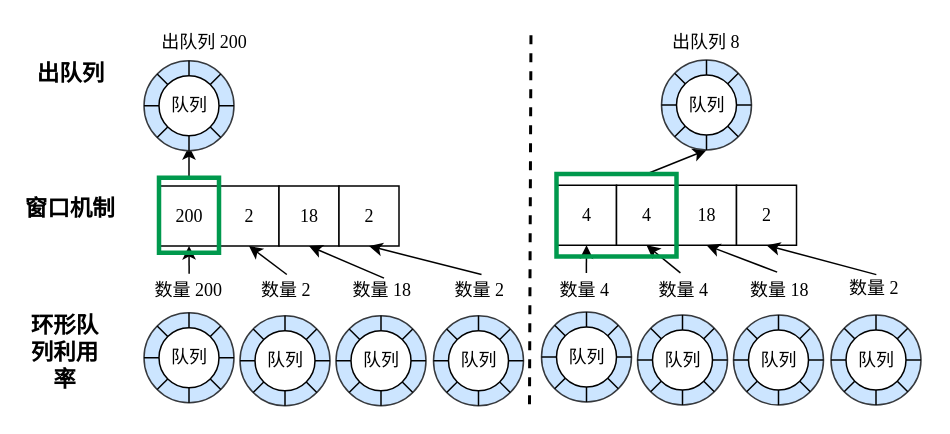
This is page "第 9 页" (9 of 9) of Bakery 的副本.drawio from CHRIS123540/CHRIS123540, a draw.io file, before an edit. Source tidied: cells renumbered, new cells numbered last; positions are measured from the earlier drawing's top-left corner, leaving out a move shared by most shapes. Both pictures are drawn from the tidied source at 150%, with x=0, y=0 at pixel (27, 27).
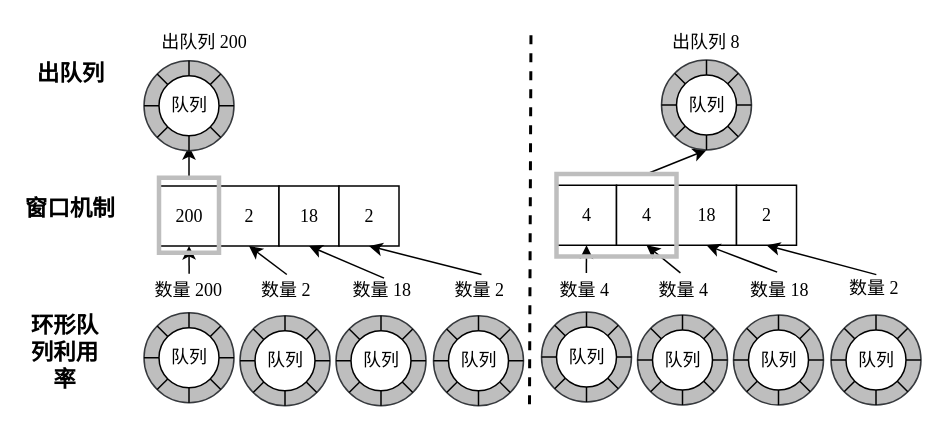
After the change.

Change to the diagram source:
```diff
@@
-    <mxCell id="19" style="ellipse;whiteSpace=wrap;html=1;fillColor=#cce5ff;strokeColor=#36393d;labelBackgroundColor=none;fontFamily=Times New Roman;fontSize=12;fontStyle=0;" parent="1" vertex="1">
+    <mxCell id="19" style="ellipse;whiteSpace=wrap;html=1;fillColor=#BEBEBE;strokeColor=#36393d;labelBackgroundColor=none;fontFamily=Times New Roman;fontSize=12;fontStyle=0;" parent="1" vertex="1">
       <mxGeometry x="77.5" y="22" width="60" height="60" as="geometry" />
     </mxCell>
@@
-    <mxCell id="25" style="ellipse;whiteSpace=wrap;html=1;fillColor=#cce5ff;strokeColor=#36393d;labelBackgroundColor=none;fontFamily=Times New Roman;fontSize=12;fontStyle=0;" parent="1" vertex="1">
+    <mxCell id="25" style="ellipse;whiteSpace=wrap;html=1;fillColor=#BEBEBE;strokeColor=#36393d;labelBackgroundColor=none;fontFamily=Times New Roman;fontSize=12;fontStyle=0;" parent="1" vertex="1">
       <mxGeometry x="141.5" y="192" width="60" height="60" as="geometry" />
     </mxCell>
@@
-    <mxCell id="31" style="ellipse;whiteSpace=wrap;html=1;fillColor=#cce5ff;strokeColor=#36393d;labelBackgroundColor=none;fontFamily=Times New Roman;fontSize=12;fontStyle=0;" parent="1" vertex="1">
+    <mxCell id="31" style="ellipse;whiteSpace=wrap;html=1;fillColor=#BEBEBE;strokeColor=#36393d;labelBackgroundColor=none;fontFamily=Times New Roman;fontSize=12;fontStyle=0;" parent="1" vertex="1">
       <mxGeometry x="270.5" y="192" width="60" height="60" as="geometry" />
     </mxCell>
@@
-    <mxCell id="37" style="ellipse;whiteSpace=wrap;html=1;fillColor=#cce5ff;strokeColor=#36393d;labelBackgroundColor=none;fontFamily=Times New Roman;fontSize=12;fontStyle=0;" parent="1" vertex="1">
+    <mxCell id="37" style="ellipse;whiteSpace=wrap;html=1;fillColor=#BEBEBE;strokeColor=#36393d;labelBackgroundColor=none;fontFamily=Times New Roman;fontSize=12;fontStyle=0;" parent="1" vertex="1">
       <mxGeometry x="205.5" y="192" width="60" height="60" as="geometry" />
     </mxCell>
@@
-    <mxCell id="43" style="ellipse;whiteSpace=wrap;html=1;fillColor=#cce5ff;strokeColor=#36393d;labelBackgroundColor=none;fontFamily=Times New Roman;fontSize=12;fontStyle=0;" parent="1" vertex="1">
+    <mxCell id="43" style="ellipse;whiteSpace=wrap;html=1;fillColor=#BEBEBE;strokeColor=#36393d;labelBackgroundColor=none;fontFamily=Times New Roman;fontSize=12;fontStyle=0;" parent="1" vertex="1">
       <mxGeometry x="77.5" y="190" width="60" height="60" as="geometry" />
     </mxCell>
@@
-    <mxCell id="49" style="rounded=0;whiteSpace=wrap;html=1;fillColor=none;strokeColor=#00994D;strokeWidth=3;fontFamily=Times New Roman;fontSize=12;fontStyle=0;" parent="1" vertex="1">
+    <mxCell id="49" style="rounded=0;whiteSpace=wrap;html=1;fillColor=none;strokeColor=#BEBEBE;strokeWidth=3;fontFamily=Times New Roman;fontSize=12;fontStyle=0;" parent="1" vertex="1">
       <mxGeometry x="87.5" y="100" width="40" height="50" as="geometry" />
     </mxCell>
@@
-    <mxCell id="63" style="ellipse;whiteSpace=wrap;html=1;fillColor=#cce5ff;strokeColor=#36393d;labelBackgroundColor=none;fontFamily=Times New Roman;fontSize=12;fontStyle=0;" parent="1" vertex="1">
+    <mxCell id="63" style="ellipse;whiteSpace=wrap;html=1;fillColor=#BEBEBE;strokeColor=#36393d;labelBackgroundColor=none;fontFamily=Times New Roman;fontSize=12;fontStyle=0;" parent="1" vertex="1">
       <mxGeometry x="470.5" y="191.5" width="60" height="60" as="geometry" />
     </mxCell>
@@
-    <mxCell id="69" style="ellipse;whiteSpace=wrap;html=1;fillColor=#cce5ff;strokeColor=#36393d;labelBackgroundColor=none;fontFamily=Times New Roman;fontSize=12;fontStyle=0;" parent="1" vertex="1">
+    <mxCell id="69" style="ellipse;whiteSpace=wrap;html=1;fillColor=#BEBEBE;strokeColor=#36393d;labelBackgroundColor=none;fontFamily=Times New Roman;fontSize=12;fontStyle=0;" parent="1" vertex="1">
       <mxGeometry x="422.5" y="21.5" width="60" height="60" as="geometry" />
     </mxCell>
@@
-    <mxCell id="75" style="ellipse;whiteSpace=wrap;html=1;fillColor=#cce5ff;strokeColor=#36393d;labelBackgroundColor=none;fontFamily=Times New Roman;fontSize=12;fontStyle=0;" parent="1" vertex="1">
+    <mxCell id="75" style="ellipse;whiteSpace=wrap;html=1;fillColor=#BEBEBE;strokeColor=#36393d;labelBackgroundColor=none;fontFamily=Times New Roman;fontSize=12;fontStyle=0;" parent="1" vertex="1">
       <mxGeometry x="535.5" y="191.5" width="60" height="60" as="geometry" />
     </mxCell>
@@
-    <mxCell id="81" style="ellipse;whiteSpace=wrap;html=1;fillColor=#cce5ff;strokeColor=#36393d;labelBackgroundColor=none;fontFamily=Times New Roman;fontSize=12;fontStyle=0;" parent="1" vertex="1">
+    <mxCell id="81" style="ellipse;whiteSpace=wrap;html=1;fillColor=#BEBEBE;strokeColor=#36393d;labelBackgroundColor=none;fontFamily=Times New Roman;fontSize=12;fontStyle=0;" parent="1" vertex="1">
       <mxGeometry x="406.5" y="191.5" width="60" height="60" as="geometry" />
     </mxCell>
@@
-    <mxCell id="87" style="ellipse;whiteSpace=wrap;html=1;fillColor=#cce5ff;strokeColor=#36393d;labelBackgroundColor=none;fontFamily=Times New Roman;fontSize=12;fontStyle=0;" parent="1" vertex="1">
+    <mxCell id="87" style="ellipse;whiteSpace=wrap;html=1;fillColor=#BEBEBE;strokeColor=#36393d;labelBackgroundColor=none;fontFamily=Times New Roman;fontSize=12;fontStyle=0;" parent="1" vertex="1">
       <mxGeometry x="342.5" y="189.5" width="60" height="60" as="geometry" />
     </mxCell>
@@
-    <mxCell id="93" style="rounded=0;whiteSpace=wrap;html=1;fillColor=none;strokeColor=#00994D;strokeWidth=3;fontFamily=Times New Roman;fontSize=12;fontStyle=0;" parent="1" vertex="1">
+    <mxCell id="93" style="rounded=0;whiteSpace=wrap;html=1;fillColor=none;strokeColor=#BEBEBE;strokeWidth=3;fontFamily=Times New Roman;fontSize=12;fontStyle=0;" parent="1" vertex="1">
       <mxGeometry x="352.5" y="97.5" width="80" height="55" as="geometry" />
     </mxCell>
```
